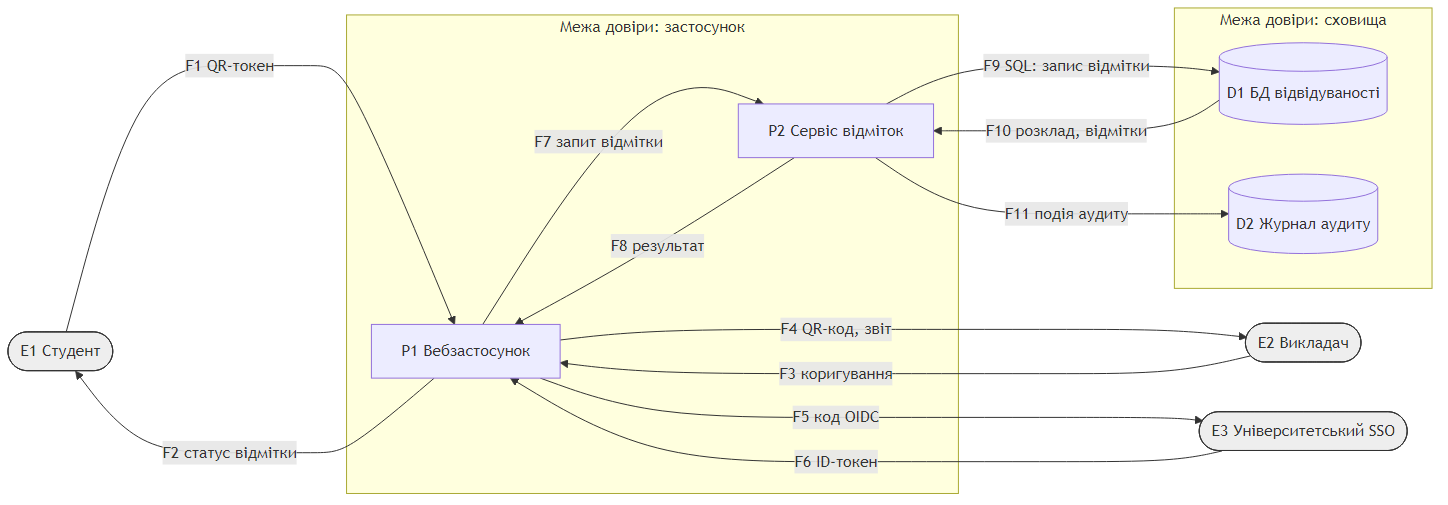
Before: lab01_report/dfd.png, a diagram exported from Mermaid (ikeepcalm/bpz-labs). Its source is kept beside it as lab01_report/dfd.mmd.
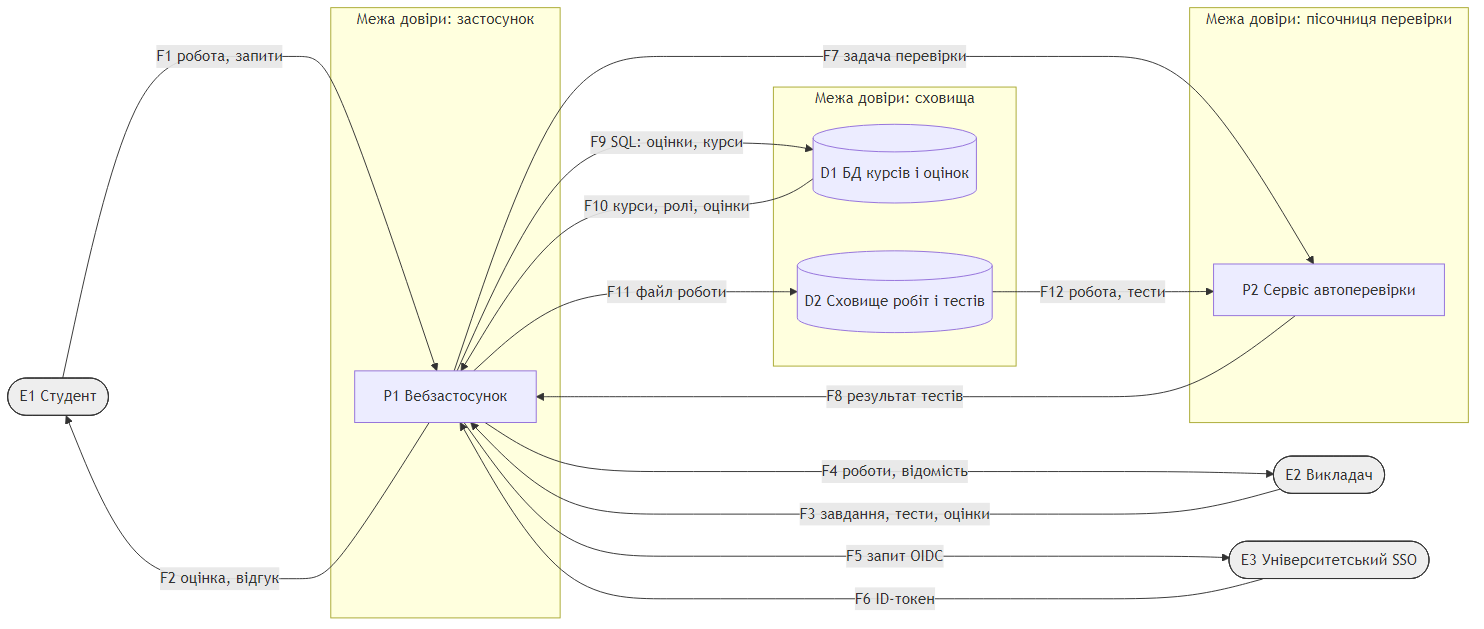
The same diagram one commit later.

Commit message:
Add diagrams and report for the lab 1 proper variant this time

What changed in the source:
```diff
@@ -4,22 +4,25 @@
     sso([E3 Університетський SSO]):::ext
     subgraph TB1[Межа довіри: застосунок]
         api[P1 Вебзастосунок]
-        mark[P2 Сервіс відміток]
     end
-    subgraph TB2[Межа довіри: сховища]
-        db[(D1 БД відвідуваності)]
-        log[(D2 Журнал аудиту)]
+    subgraph TB2[Межа довіри: пісочниця перевірки]
+        grader[P2 Сервіс автоперевірки]
     end
-    stu -->|F1 QR-токен| api
-    tea -->|F3 коригування| api
+    subgraph TB3[Межа довіри: сховища]
+        db[(D1 БД курсів і оцінок)]
+        files[(D2 Сховище робіт і тестів)]
+    end
+    stu -->|F1 робота, запити| api
+    tea -->|F3 завдання, тести, оцінки| api
     sso -->|F6 ID-токен| api
-    api --->|F2 статус відмітки| stu
-    api --->|F4 QR-код, звіт| tea
-    api --->|F5 код OIDC| sso
-    api -->|F7 запит відмітки| mark
-    mark -->|F8 результат| api
-    mark -->|F9 SQL: запис відмітки| db
-    db -->|F10 розклад, відмітки| mark
-    mark -->|F11 подія аудиту| log
+    api --->|F2 оцінка, відгук| stu
+    api --->|F4 роботи, відомість| tea
+    api --->|F5 запит OIDC| sso
+    api -->|F7 задача перевірки| grader
+    grader -->|F8 результат тестів| api
+    api -->|F9 SQL: оцінки, курси| db
+    db -->|F10 курси, ролі, оцінки| api
+    api -->|F11 файл роботи| files
+    files -->|F12 робота, тести| grader
 
     classDef ext fill:#eee,stroke:#333;
```
